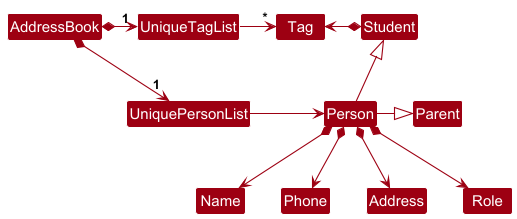
The PlantUML diagram docs/images/BetterModelClassDiagram.png in tgonet/tp, before a commit.
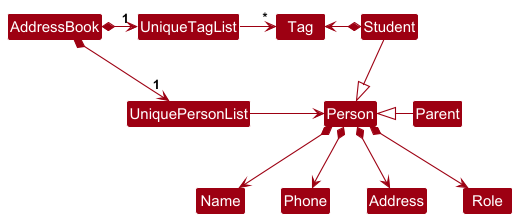
The same file after the commit.

What changed in the source:
```diff
@@ -12,8 +12,8 @@
 UniqueTagList -right-> "*" Tag
 UniquePersonList -right-> Person
 
-Parent <|--left-- Person
-Student <|-down- Person
+Person <|--right-- Parent
+Person <|-up- Student
 
 Person *--> Name
 Person *--> Phone
```
